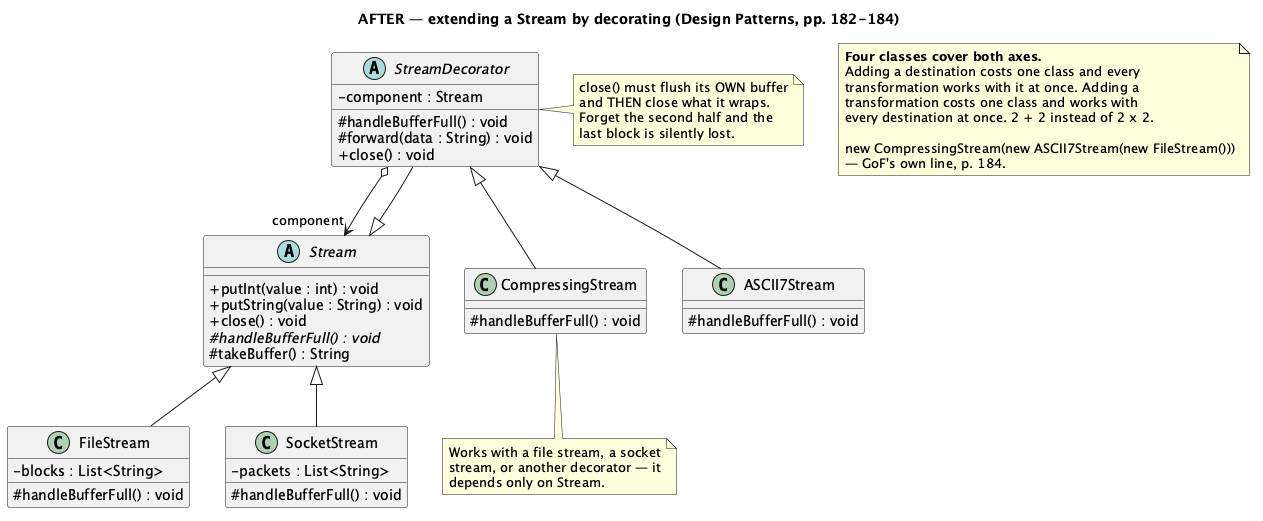
Before: src/main/java/dev/kaldiroglu/dp/structural/decorator/gof/stream/solution/uml/Decorator-Stream-Solution.png, a diagram exported from PlantUML (kaldiroglu/DesignPatternsWithJava). Its source is kept beside it as src/main/java/dev/kaldiroglu/dp/structural/decorator/gof/stream/solution/uml/decorator-stream-solution.puml.
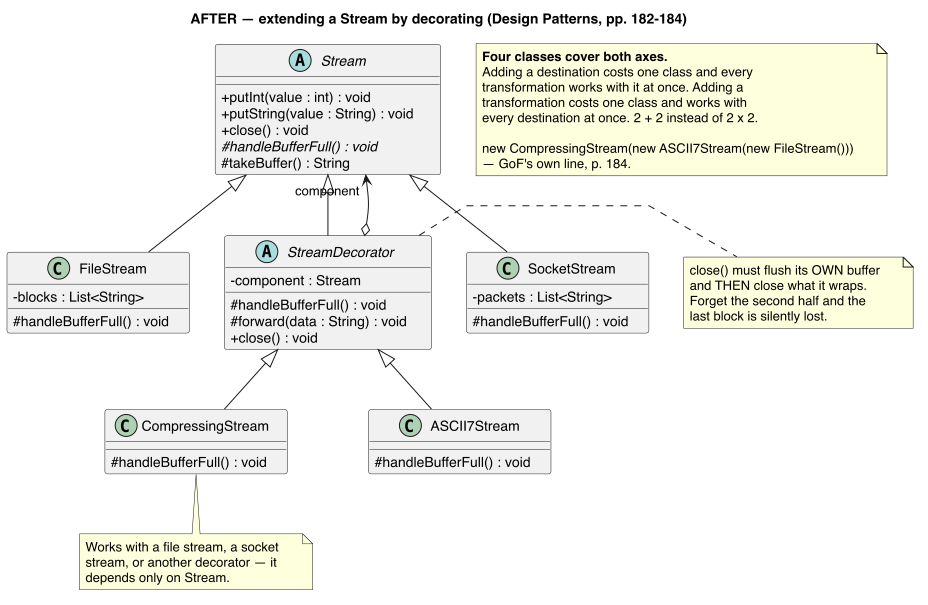
After the commit.

Diff of the diagram source:
```diff
@@ -1,4 +1,12 @@
 @startuml Decorator-Stream-Solution
+skinparam linetype polyline
+skinparam class {
+  BackgroundColor<<spacer>> transparent
+  BorderColor<<spacer>> transparent
+  FontColor<<spacer>> transparent
+}
+hide <<spacer>> stereotype
+hide <<spacer>> circle
 skinparam classAttributeIconSize 0
 title AFTER — extending a Stream by decorating (Design Patterns, pp. 182–184)
 
@@ -38,7 +46,6 @@
 Stream <|-- FileStream
 Stream <|-- SocketStream
 Stream <|-- StreamDecorator
-StreamDecorator o--> "component" Stream
 StreamDecorator <|-- CompressingStream
 StreamDecorator <|-- ASCII7Stream
 
@@ -66,4 +73,14 @@
   — GoF's own line, p. 184.
 end note
 
+Stream -[hidden]- StreamDecorator
+Stream -[hidden]- StreamDecorator
+FileStream -[hidden]right- StreamDecorator
+StreamDecorator -[hidden]right- SocketStream
+class " " as Spacer1 <<spacer>>
+StreamDecorator -[hidden]- Spacer1
+StreamDecorator -[hidden]- Spacer1
+CompressingStream -[hidden]right- Spacer1
+Spacer1 -[hidden]right- ASCII7Stream
+StreamDecorator o-[norank]-> "component" Stream
 @enduml
```
